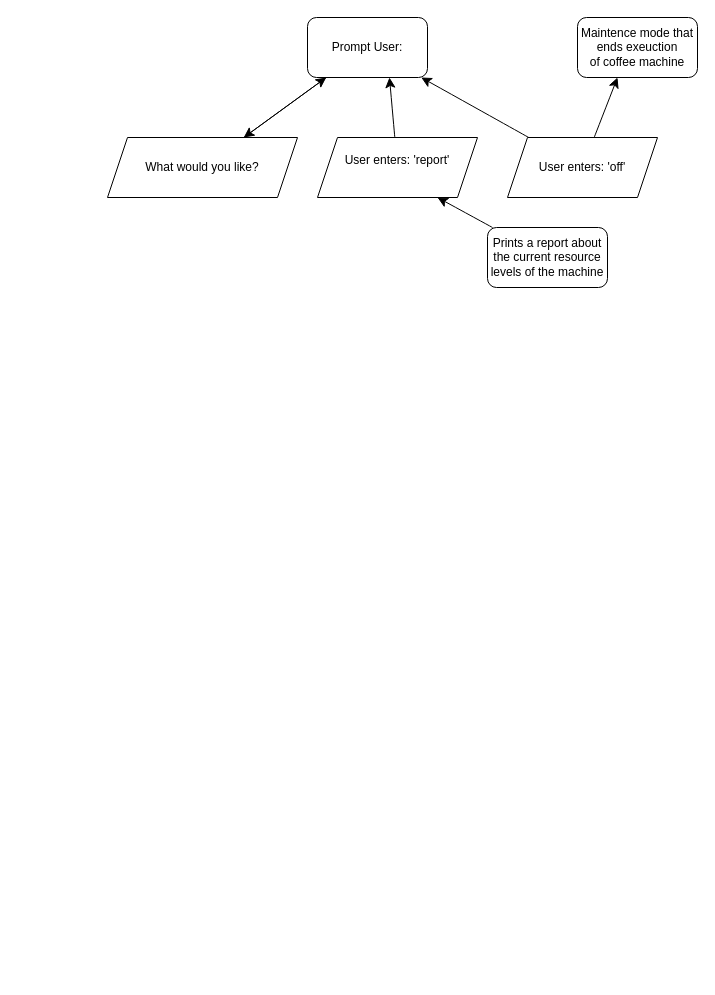
This is Coffe_Machine.drawio from XianScripts/Diagrams, a draw.io file, before an edit. Source tidied: cells renumbered, new cells numbered last; positions are measured from the earlier drawing's top-left corner, leaving out a move shared by most shapes. Both pictures are drawn from the tidied source at 100%, with x=0, y=0 at pixel (107, 17).
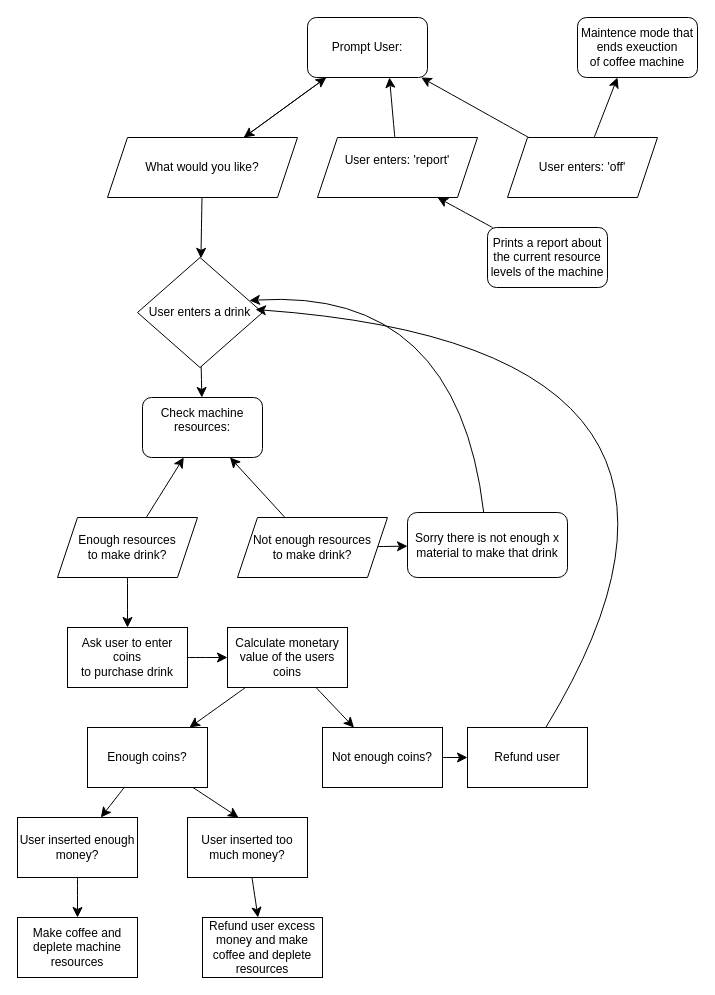
The same diagram, later.

Unchanged cells that the change refers to:
```xml
<mxCell id="5" value="What would you like?" style="shape=parallelogram;perimeter=parallelogramPerimeter;whiteSpace=wrap;html=1;fixedSize=1;" parent="1" vertex="1">
  <mxGeometry y="120" width="190" height="60" as="geometry" />
</mxCell>
```

The edit, as a diff of the source:
```diff
@@
+    <mxCell id="14" style="edgeStyle=none;curved=1;rounded=0;jettySize=auto;html=1;fontSize=12;startSize=8;endSize=8;" parent="1" edge="1" source="5" target="16">
+      <mxGeometry relative="1" as="geometry" />
+    </mxCell>
@@
+    <mxCell id="15" style="edgeStyle=none;curved=1;rounded=0;jettySize=auto;html=1;fontSize=12;startSize=8;endSize=8;" parent="1" edge="1" source="16" target="17">
+      <mxGeometry relative="1" as="geometry" />
+    </mxCell>
+    <mxCell id="16" value="User enters a drink" style="rhombus;whiteSpace=wrap;html=1;" parent="1" vertex="1">
+      <mxGeometry x="30" y="240" width="125" height="110" as="geometry" />
+    </mxCell>
+    <mxCell id="17" value="&lt;div&gt;Check machine resources:&lt;/div&gt;&lt;div&gt;&lt;br&gt;&lt;/div&gt;" style="rounded=1;whiteSpace=wrap;html=1;" parent="1" vertex="1">
+      <mxGeometry x="35" y="380" width="120" height="60" as="geometry" />
+    </mxCell>
+    <mxCell id="18" style="edgeStyle=none;curved=1;rounded=0;jettySize=auto;html=1;fontSize=12;startSize=8;endSize=8;" parent="1" edge="1" source="20" target="17">
+      <mxGeometry relative="1" as="geometry" />
+    </mxCell>
+    <mxCell id="19" style="edgeStyle=none;curved=1;rounded=0;jettySize=auto;html=1;fontSize=12;startSize=8;endSize=8;" parent="1" edge="1" source="20" target="27">
+      <mxGeometry relative="1" as="geometry" />
+    </mxCell>
+    <mxCell id="20" value="&lt;div&gt;Enough resources&lt;/div&gt;&lt;div&gt;to make drink?&lt;/div&gt;" style="shape=parallelogram;perimeter=parallelogramPerimeter;whiteSpace=wrap;html=1;fixedSize=1;" parent="1" vertex="1">
+      <mxGeometry x="-50" y="500" width="140" height="60" as="geometry" />
+    </mxCell>
+    <mxCell id="21" style="edgeStyle=none;curved=1;rounded=0;jettySize=auto;html=1;fontSize=12;startSize=8;endSize=8;" parent="1" edge="1" source="23" target="17">
+      <mxGeometry relative="1" as="geometry" />
+    </mxCell>
+    <mxCell id="22" style="edgeStyle=none;curved=1;rounded=0;jettySize=auto;html=1;fontSize=12;startSize=8;endSize=8;" parent="1" edge="1" source="23" target="24">
+      <mxGeometry relative="1" as="geometry" />
+    </mxCell>
+    <mxCell id="23" value="&lt;div&gt;Not enough resources&lt;/div&gt;&lt;div&gt;to make drink?&lt;/div&gt;" style="shape=parallelogram;perimeter=parallelogramPerimeter;whiteSpace=wrap;html=1;fixedSize=1;" parent="1" vertex="1">
+      <mxGeometry x="130" y="500" width="150" height="60" as="geometry" />
+    </mxCell>
+    <mxCell id="24" value="&lt;div&gt;Sorry there is not enough x &lt;br&gt;&lt;/div&gt;&lt;div&gt;material to make that drink&lt;/div&gt;" style="rounded=1;whiteSpace=wrap;html=1;" parent="1" vertex="1">
+      <mxGeometry x="300" y="495" width="160" height="65" as="geometry" />
+    </mxCell>
+    <mxCell id="25" style="edgeStyle=none;curved=1;rounded=0;jettySize=auto;html=1;entryX=0.896;entryY=0.391;entryDx=0;entryDy=0;entryPerimeter=0;fontSize=12;startSize=8;endSize=8;" parent="1" edge="1" source="24" target="16">
+      <mxGeometry relative="1" as="geometry">
+        <Array as="points">
+          <mxPoint x="350" y="270" />
+        </Array>
+      </mxGeometry>
+    </mxCell>
+    <mxCell id="26" style="edgeStyle=none;curved=1;rounded=0;jettySize=auto;html=1;fontSize=12;startSize=8;endSize=8;" parent="1" edge="1" source="27" target="30">
+      <mxGeometry relative="1" as="geometry" />
+    </mxCell>
+    <mxCell id="27" value="&lt;div&gt;Ask user to enter coins&lt;/div&gt;&lt;div&gt;to purchase drink&lt;/div&gt;" style="whiteSpace=wrap;html=1;" parent="1" vertex="1">
+      <mxGeometry x="-40" y="610" width="120" height="60" as="geometry" />
+    </mxCell>
+    <mxCell id="28" style="edgeStyle=none;curved=1;rounded=0;jettySize=auto;html=1;fontSize=12;startSize=8;endSize=8;" parent="1" edge="1" source="30" target="32">
+      <mxGeometry relative="1" as="geometry" />
+    </mxCell>
+    <mxCell id="29" style="edgeStyle=none;curved=1;rounded=0;jettySize=auto;html=1;fontSize=12;startSize=8;endSize=8;" parent="1" edge="1" source="30" target="34">
+      <mxGeometry relative="1" as="geometry" />
+    </mxCell>
+    <mxCell id="30" value="Calculate monetary value of the users coins" style="whiteSpace=wrap;html=1;" parent="1" vertex="1">
+      <mxGeometry x="120" y="610" width="120" height="60" as="geometry" />
+    </mxCell>
+    <mxCell id="31" style="edgeStyle=none;curved=1;rounded=0;jettySize=auto;html=1;fontSize=12;startSize=8;endSize=8;" parent="1" edge="1" source="32" target="38">
+      <mxGeometry relative="1" as="geometry" />
+    </mxCell>
+    <mxCell id="32" value="Enough coins?" style="whiteSpace=wrap;html=1;" parent="1" vertex="1">
+      <mxGeometry x="-20" y="710" width="120" height="60" as="geometry" />
+    </mxCell>
+    <mxCell id="33" style="edgeStyle=none;curved=1;rounded=0;jettySize=auto;html=1;fontSize=12;startSize=8;endSize=8;" parent="1" edge="1" source="34" target="35">
+      <mxGeometry relative="1" as="geometry" />
+    </mxCell>
+    <mxCell id="34" value="Not enough coins?" style="whiteSpace=wrap;html=1;" parent="1" vertex="1">
+      <mxGeometry x="215" y="710" width="120" height="60" as="geometry" />
+    </mxCell>
+    <mxCell id="35" value="Refund user" style="whiteSpace=wrap;html=1;" parent="1" vertex="1">
+      <mxGeometry x="360" y="710" width="120" height="60" as="geometry" />
+    </mxCell>
+    <mxCell id="36" style="edgeStyle=none;curved=1;rounded=0;jettySize=auto;html=1;entryX=0.944;entryY=0.473;entryDx=0;entryDy=0;entryPerimeter=0;fontSize=12;startSize=8;endSize=8;" parent="1" edge="1" source="35" target="16">
+      <mxGeometry relative="1" as="geometry">
+        <Array as="points">
+          <mxPoint x="670" y="330" />
+        </Array>
+      </mxGeometry>
+    </mxCell>
+    <mxCell id="37" style="edgeStyle=none;curved=1;rounded=0;jettySize=auto;html=1;fontSize=12;startSize=8;endSize=8;" parent="1" edge="1" source="38" target="42">
+      <mxGeometry relative="1" as="geometry" />
+    </mxCell>
+    <mxCell id="38" value="User inserted enough money?" style="whiteSpace=wrap;html=1;" parent="1" vertex="1">
+      <mxGeometry x="-90" y="800" width="120" height="60" as="geometry" />
+    </mxCell>
+    <mxCell id="39" style="edgeStyle=none;curved=1;rounded=0;jettySize=auto;html=1;fontSize=12;startSize=8;endSize=8;" parent="1" edge="1" source="40" target="43">
+      <mxGeometry relative="1" as="geometry" />
+    </mxCell>
+    <mxCell id="40" value="&lt;div&gt;User inserted too much money?&lt;/div&gt;" style="whiteSpace=wrap;html=1;" parent="1" vertex="1">
+      <mxGeometry x="80" y="800" width="120" height="60" as="geometry" />
+    </mxCell>
+    <mxCell id="41" style="edgeStyle=none;curved=1;rounded=0;jettySize=auto;html=1;entryX=0.425;entryY=0;entryDx=0;entryDy=0;entryPerimeter=0;fontSize=12;startSize=8;endSize=8;" parent="1" edge="1" source="32" target="40">
+      <mxGeometry relative="1" as="geometry" />
+    </mxCell>
+    <mxCell id="42" value="&lt;div&gt;Make coffee and deplete machine resources&lt;/div&gt;" style="whiteSpace=wrap;html=1;" parent="1" vertex="1">
+      <mxGeometry x="-90" y="900" width="120" height="60" as="geometry" />
+    </mxCell>
+    <mxCell id="43" value="Refund user excess money and make coffee and deplete resources" style="whiteSpace=wrap;html=1;" parent="1" vertex="1">
+      <mxGeometry x="95" y="900" width="120" height="60" as="geometry" />
+    </mxCell>
```
